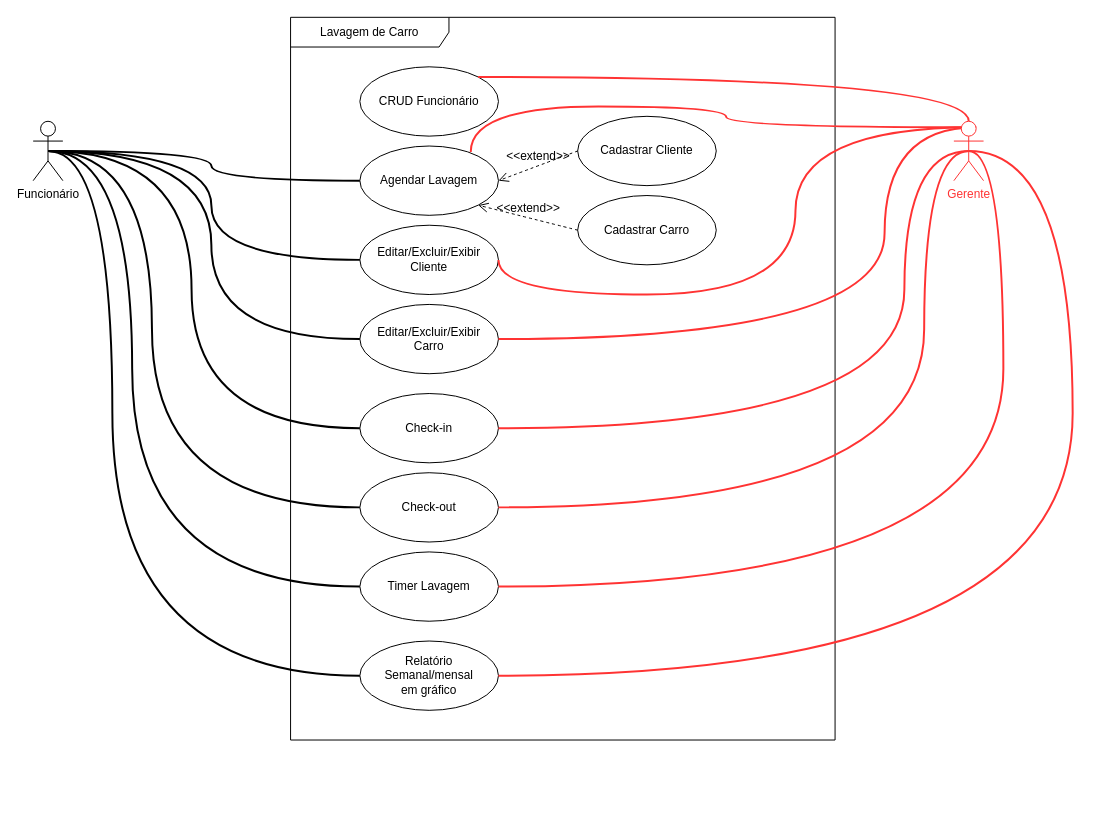
Earlier version of the draw.io diagram Caso_de_uso_LavagemCarro.drawio (PiSbards/AppLavaCar_TCC). Source tidied: cells renumbered, new cells numbered last; positions are measured from the earlier drawing's top-left corner, leaving out a move shared by most shapes. Both pictures are drawn from the tidied source at 99%, with x=0, y=0 at pixel (33, 17).
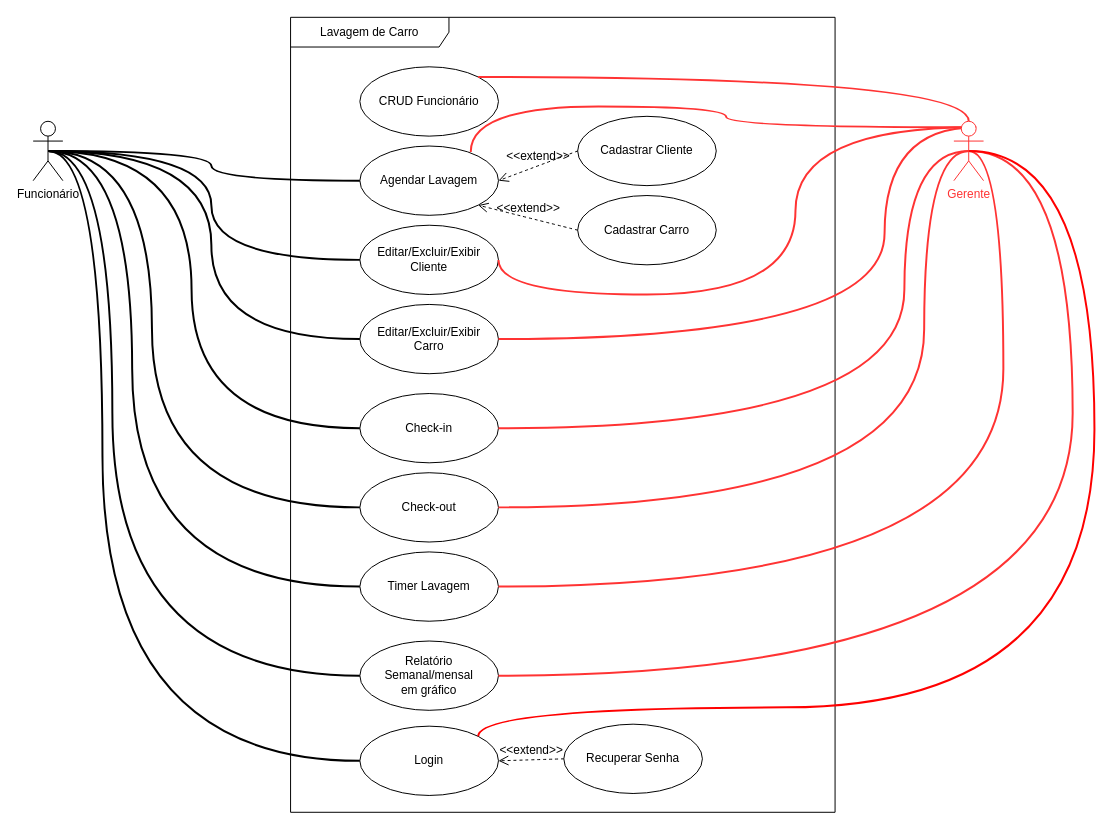
After the change.

Unchanged cells that the change refers to:
```xml
<mxCell id="22" value="Funcionário" style="shape=umlActor;verticalLabelPosition=bottom;verticalAlign=top;html=1;" parent="1" vertex="1">
  <mxGeometry y="105" width="30" height="60" as="geometry" />
</mxCell>
<mxCell id="31" value="&lt;font color=&quot;#ff3333&quot;&gt;Gerente&lt;/font&gt;" style="shape=umlActor;verticalLabelPosition=bottom;verticalAlign=top;html=1;strokeColor=#FF3333;" parent="1" vertex="1">
  <mxGeometry x="930" y="105" width="30" height="60" as="geometry" />
</mxCell>
```

Change to the diagram source:
```diff
@@
     <mxCell id="2" value="Lavagem de Carro" style="shape=umlFrame;whiteSpace=wrap;html=1;width=160;" parent="1" vertex="1">
-      <mxGeometry x="260" width="550" height="730" as="geometry" />
+      <mxGeometry x="260" width="550" height="803" as="geometry" />
     </mxCell>
@@
+    <mxCell id="32" value="Login" style="ellipse;whiteSpace=wrap;html=1;" parent="2" vertex="1">
+      <mxGeometry x="70" y="716" width="140" height="70" as="geometry" />
+    </mxCell>
+    <mxCell id="33" value="Recuperar Senha" style="ellipse;whiteSpace=wrap;html=1;" parent="2" vertex="1">
+      <mxGeometry x="276" y="714" width="140" height="70" as="geometry" />
+    </mxCell>
+    <mxCell id="34" value="&amp;lt;&amp;lt;extend&amp;gt;&amp;gt;" style="html=1;verticalAlign=bottom;labelBackgroundColor=none;endArrow=open;endFill=0;dashed=1;rounded=0;fontSize=12;startSize=8;endSize=8;curved=1;entryX=1;entryY=0.5;entryDx=0;entryDy=0;exitX=0;exitY=0.5;exitDx=0;exitDy=0;" parent="2" edge="1" source="33" target="32">
+      <mxGeometry relative="1" as="geometry" />
+    </mxCell>
@@
+    <mxCell id="35" style="edgeStyle=orthogonalEdgeStyle;rounded=0;jettySize=auto;html=1;exitX=0.5;exitY=0.5;exitDx=0;exitDy=0;exitPerimeter=0;entryX=0;entryY=0.5;entryDx=0;entryDy=0;curved=1;strokeWidth=2;endArrow=none;endFill=0;" parent="1" edge="1" source="22" target="32">
+      <mxGeometry relative="1" as="geometry">
+        <Array as="points">
+          <mxPoint x="70" y="135" />
+          <mxPoint x="70" y="751" />
+        </Array>
+      </mxGeometry>
+    </mxCell>
@@
+    <mxCell id="36" style="edgeStyle=orthogonalEdgeStyle;rounded=0;jettySize=auto;html=1;exitX=0.5;exitY=0.5;exitDx=0;exitDy=0;exitPerimeter=0;entryX=1;entryY=0;entryDx=0;entryDy=0;curved=1;endArrow=none;endFill=0;strokeColor=#FF0000;strokeWidth=2;" parent="1" edge="1" source="31" target="32">
+      <mxGeometry relative="1" as="geometry">
+        <Array as="points">
+          <mxPoint x="1072" y="135" />
+          <mxPoint x="1072" y="697" />
+          <mxPoint x="450" y="697" />
+        </Array>
+      </mxGeometry>
+    </mxCell>
```
